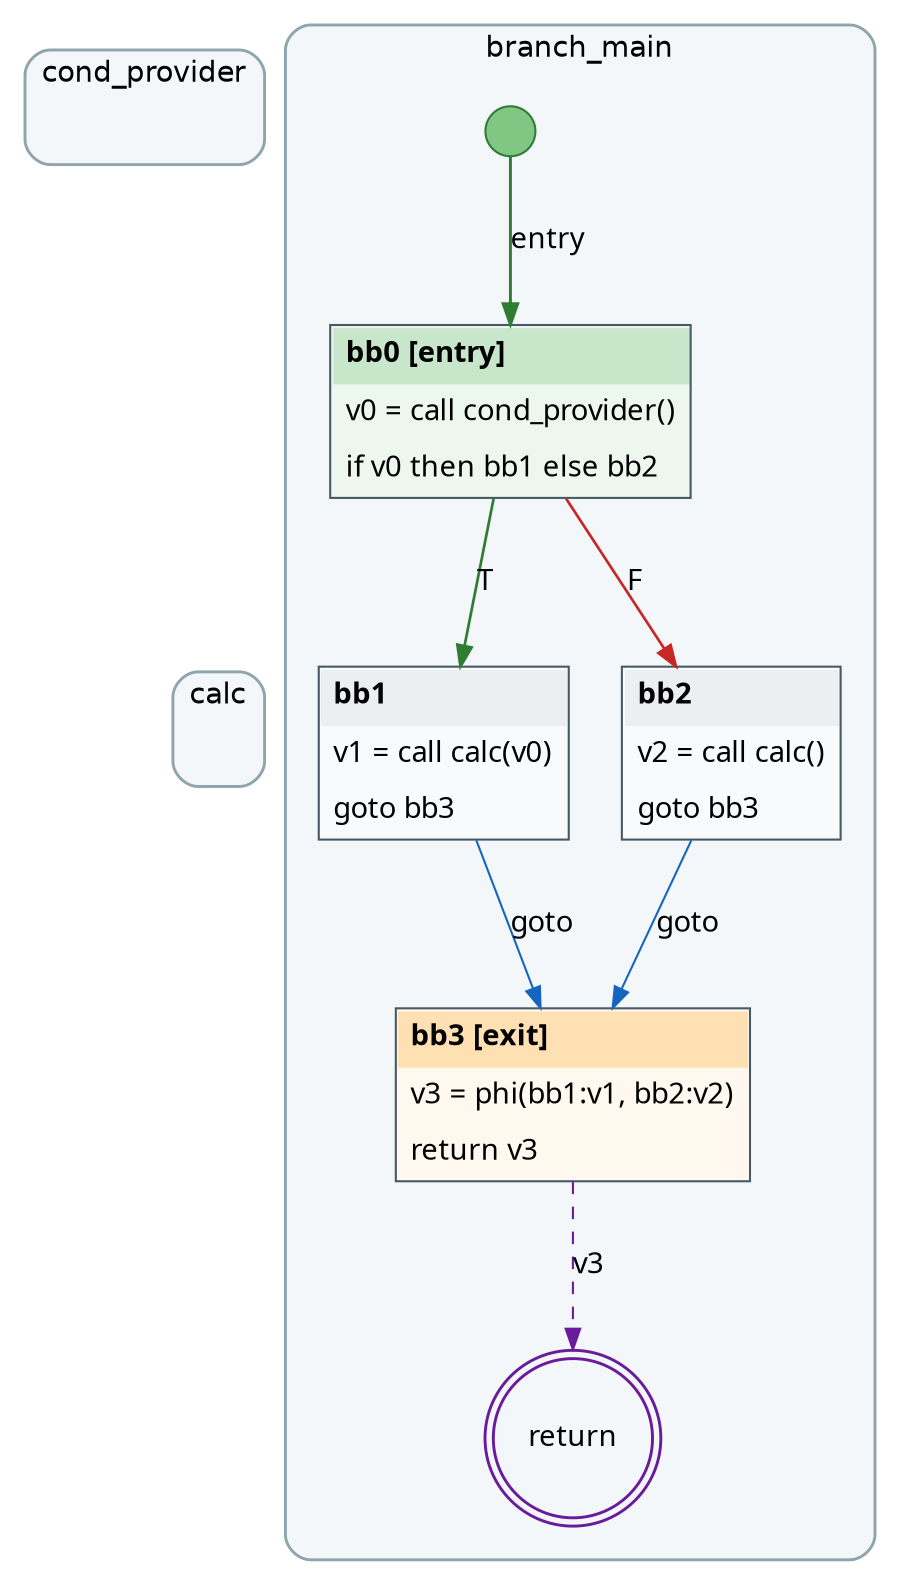
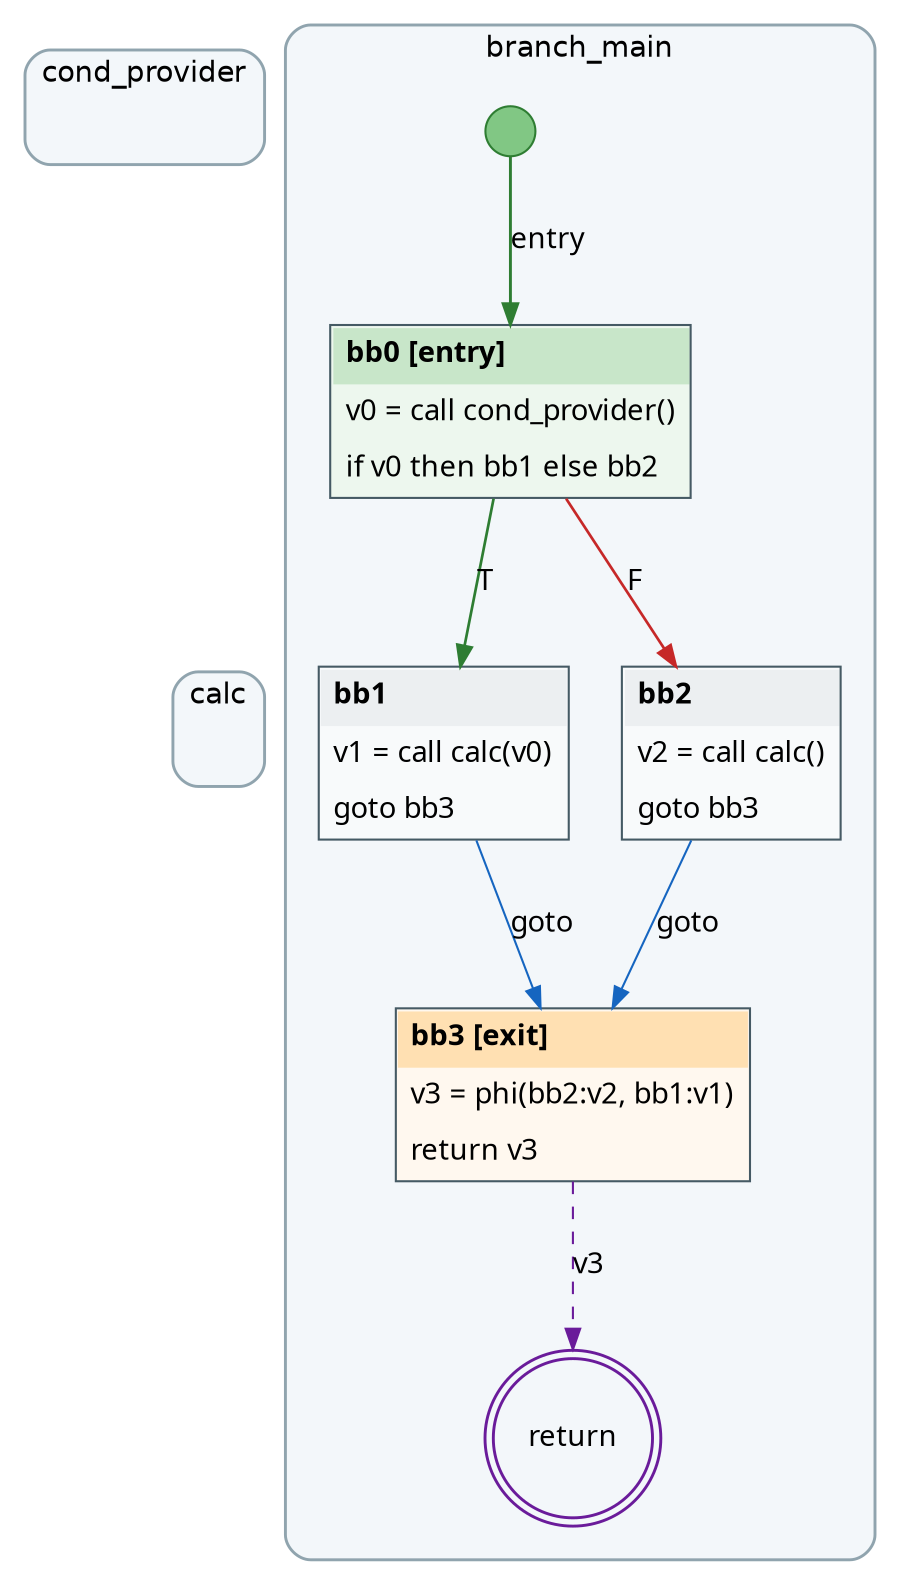
digraph SSA {
  rankdir=TB;
  newrank=true;
  ranksep=0.9;
  nodesep=0.35;
  splines=true;
  fontname="Helvetica";
  node [fontname="Menlo"];
  edge [fontname="Menlo"];
  subgraph cluster_f0 {
    color="#90a4ae"; style="rounded,filled"; fillcolor="#f3f7fa"; penwidth=1.4;
    margin=16;
    labelloc=t; label="cond_provider";
    f0_order [shape=point, style=invis, width=0, height=0, label=""];
  }
  subgraph cluster_f1 {
    color="#90a4ae"; style="rounded,filled"; fillcolor="#f3f7fa"; penwidth=1.4;
    margin=16;
    labelloc=t; label="calc";
    f1_order [shape=point, style=invis, width=0, height=0, label=""];
  }
  subgraph cluster_f2 {
    color="#90a4ae"; style="rounded,filled"; fillcolor="#f3f7fa"; penwidth=1.4;
    margin=16;
    labelloc=t; label="branch_main";
    f2_order [shape=point, style=invis, width=0, height=0, label=""];
    f2_entry [shape=circle, fixedsize=true, width=0.34, label="", style=filled, fillcolor="#81c784", color="#2e7d32"];
    f2_bb0 [shape=plain, margin=0, label=<
      <TABLE BORDER="1" CELLBORDER="0" CELLSPACING="0" CELLPADDING="6" COLOR="#455a64" BGCOLOR="#edf7ee">
        <TR><TD ALIGN="LEFT" BGCOLOR="#c8e6c9"><B>bb0 [entry]</B></TD></TR>
        <TR><TD ALIGN="LEFT"><FONT FACE="Menlo">v0 = call cond_provider()</FONT></TD></TR>
        <TR><TD ALIGN="LEFT"><FONT FACE="Menlo">if v0 then bb1 else bb2</FONT></TD></TR>
      </TABLE>
    >];
    f2_bb1 [shape=plain, margin=0, label=<
      <TABLE BORDER="1" CELLBORDER="0" CELLSPACING="0" CELLPADDING="6" COLOR="#455a64" BGCOLOR="#f8fafb">
        <TR><TD ALIGN="LEFT" BGCOLOR="#eceff1"><B>bb1</B></TD></TR>
        <TR><TD ALIGN="LEFT"><FONT FACE="Menlo">v1 = call calc(v0)</FONT></TD></TR>
        <TR><TD ALIGN="LEFT"><FONT FACE="Menlo">goto bb3</FONT></TD></TR>
      </TABLE>
    >];
    f2_bb2 [shape=plain, margin=0, label=<
      <TABLE BORDER="1" CELLBORDER="0" CELLSPACING="0" CELLPADDING="6" COLOR="#455a64" BGCOLOR="#f8fafb">
        <TR><TD ALIGN="LEFT" BGCOLOR="#eceff1"><B>bb2</B></TD></TR>
        <TR><TD ALIGN="LEFT"><FONT FACE="Menlo">v2 = call calc()</FONT></TD></TR>
        <TR><TD ALIGN="LEFT"><FONT FACE="Menlo">goto bb3</FONT></TD></TR>
      </TABLE>
    >];
    f2_bb3 [shape=plain, margin=0, label=<
      <TABLE BORDER="1" CELLBORDER="0" CELLSPACING="0" CELLPADDING="6" COLOR="#455a64" BGCOLOR="#fff8ef">
        <TR><TD ALIGN="LEFT" BGCOLOR="#ffe0b2"><B>bb3 [exit]</B></TD></TR>
-         <TR><TD ALIGN="LEFT"><FONT FACE="Menlo">v3 = phi(bb1:v1, bb2:v2)</FONT></TD></TR>
+         <TR><TD ALIGN="LEFT"><FONT FACE="Menlo">v3 = phi(bb2:v2, bb1:v1)</FONT></TD></TR>
        <TR><TD ALIGN="LEFT"><FONT FACE="Menlo">return v3</FONT></TD></TR>
      </TABLE>
    >];
    f2_entry -> f2_bb0 [label="entry", color="#2e7d32", penwidth=1.4];
    f2_bb0 -> f2_bb1 [label="T", color="#2e7d32", penwidth=1.3];
    f2_bb0 -> f2_bb2 [label="F", color="#c62828", penwidth=1.3];
    f2_bb1 -> f2_bb3 [label="goto", color="#1565c0"];
    f2_bb2 -> f2_bb3 [label="goto", color="#1565c0"];
    f2_ret [shape=doublecircle, label="return", color="#6a1b9a", penwidth=1.4];
    f2_bb3 -> f2_ret [style=dashed, color="#6a1b9a", label="v3"];
  }
  f0_order -> f1_order [style=invis, weight=200, minlen=2];
  f1_order -> f2_order [style=invis, weight=200, minlen=2];
}
